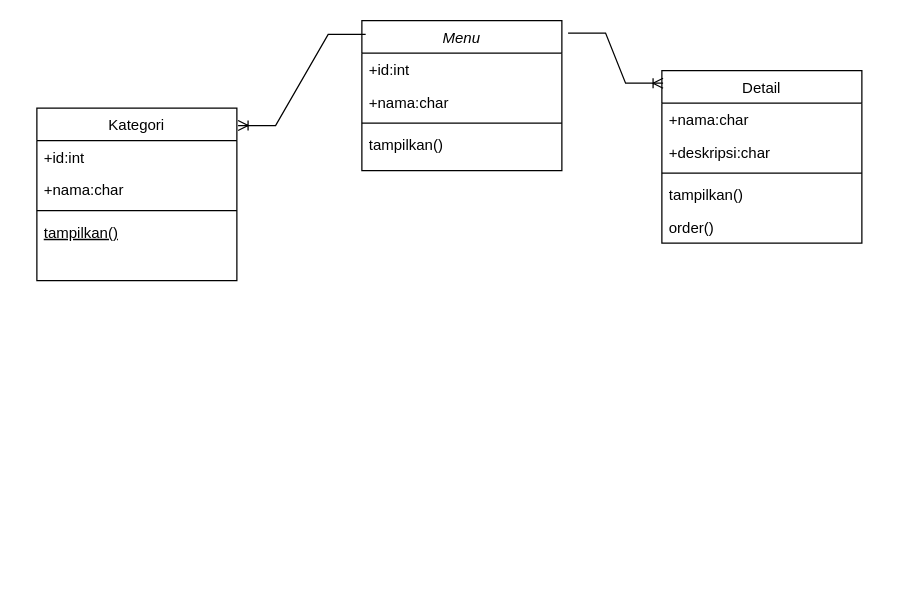
alficlanjr/Landing-page keeps this draw.io diagram as Diagram Tanpa Judul.drawio. Above is the earlier version. Source tidied: cells renumbered, new cells numbered last; positions are measured from the earlier drawing's top-left corner, leaving out a move shared by most shapes. Both pictures are drawn from the tidied source at 125%, with x=0, y=0 at pixel (36, 20).
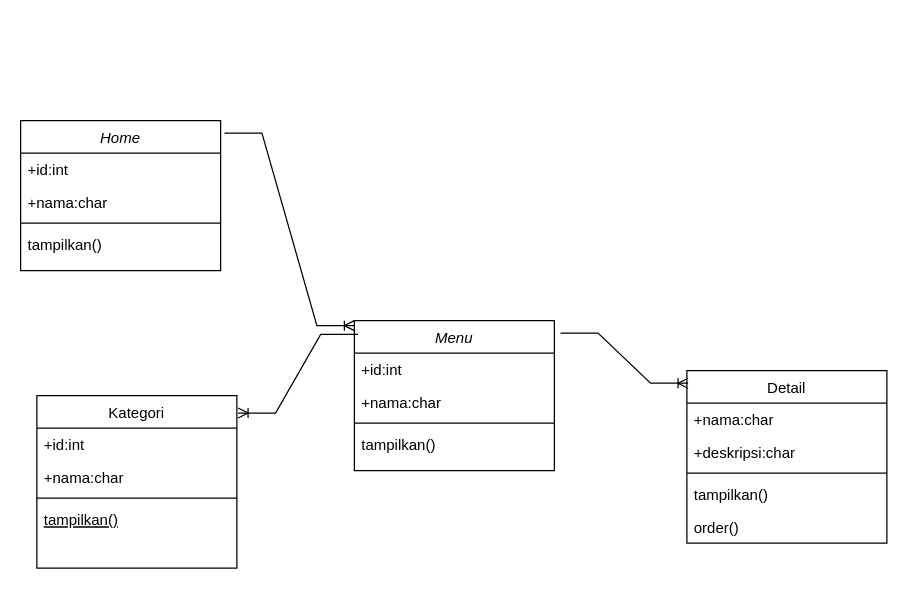
Above is the later version.

Diff of the diagram source:
```diff
@@
     <mxCell id="2" value="Menu" style="swimlane;fontStyle=2;align=center;verticalAlign=top;horizontal=1;startSize=26;rounded=0;shadow=0;strokeWidth=1;" parent="1" vertex="1">
-      <mxGeometry x="260" width="160" height="120" as="geometry" />
+      <mxGeometry x="254" y="240" width="160" height="120" as="geometry" />
     </mxCell>
@@
     <mxCell id="7" value="Kategori" style="swimlane;fontStyle=0;align=center;verticalAlign=top;horizontal=1;startSize=26;rounded=0;shadow=0;strokeWidth=1;" parent="1" vertex="1">
-      <mxGeometry y="70" width="160" height="138" as="geometry" />
+      <mxGeometry y="300" width="160" height="138" as="geometry" />
     </mxCell>
@@
     <mxCell id="12" value="Detail" style="swimlane;fontStyle=0;align=center;verticalAlign=top;horizontal=1;startSize=26;rounded=0;shadow=0;strokeWidth=1;" parent="1" vertex="1">
-      <mxGeometry x="500" y="40" width="160" height="138" as="geometry" />
+      <mxGeometry x="520" y="280" width="160" height="138" as="geometry" />
     </mxCell>
@@
+    <mxCell id="20" value="Home" style="swimlane;fontStyle=2;align=center;verticalAlign=top;horizontal=1;startSize=26;rounded=0;shadow=0;strokeWidth=1;" parent="1" vertex="1">
+      <mxGeometry x="-13" y="80" width="160" height="120" as="geometry" />
+    </mxCell>
+    <mxCell id="21" value="+id:int" style="text;align=left;verticalAlign=top;spacingLeft=4;spacingRight=4;overflow=hidden;" parent="20" vertex="1">
+      <mxGeometry y="26" width="160" height="26" as="geometry" />
+    </mxCell>
+    <mxCell id="22" value="+nama:char" style="text;align=left;verticalAlign=top;spacingLeft=4;spacingRight=4;overflow=hidden;rounded=0;shadow=0;html=0;" parent="20" vertex="1">
+      <mxGeometry y="52" width="160" height="26" as="geometry" />
+    </mxCell>
+    <mxCell id="23" style="line;html=1;strokeWidth=1;align=left;verticalAlign=middle;spacingTop=-1;spacingLeft=3;spacingRight=3;labelPosition=right;" parent="20" vertex="1">
+      <mxGeometry y="78" width="160" height="8" as="geometry" />
+    </mxCell>
+    <mxCell id="24" value="tampilkan()" style="text;align=left;verticalAlign=top;spacingLeft=4;spacingRight=4;overflow=hidden;" parent="20" vertex="1">
+      <mxGeometry y="86" width="160" height="26" as="geometry" />
+    </mxCell>
+    <mxCell id="25" style="edgeStyle=entityRelationEdgeStyle;fontSize=12;html=1;endArrow=ERoneToMany;rounded=0;exitX=1.019;exitY=0.083;exitDx=0;exitDy=0;exitPerimeter=0;" parent="1" edge="1" source="20">
+      <mxGeometry relative="1" as="geometry">
+        <mxPoint x="254" y="244" as="targetPoint" />
+      </mxGeometry>
+    </mxCell>
```
